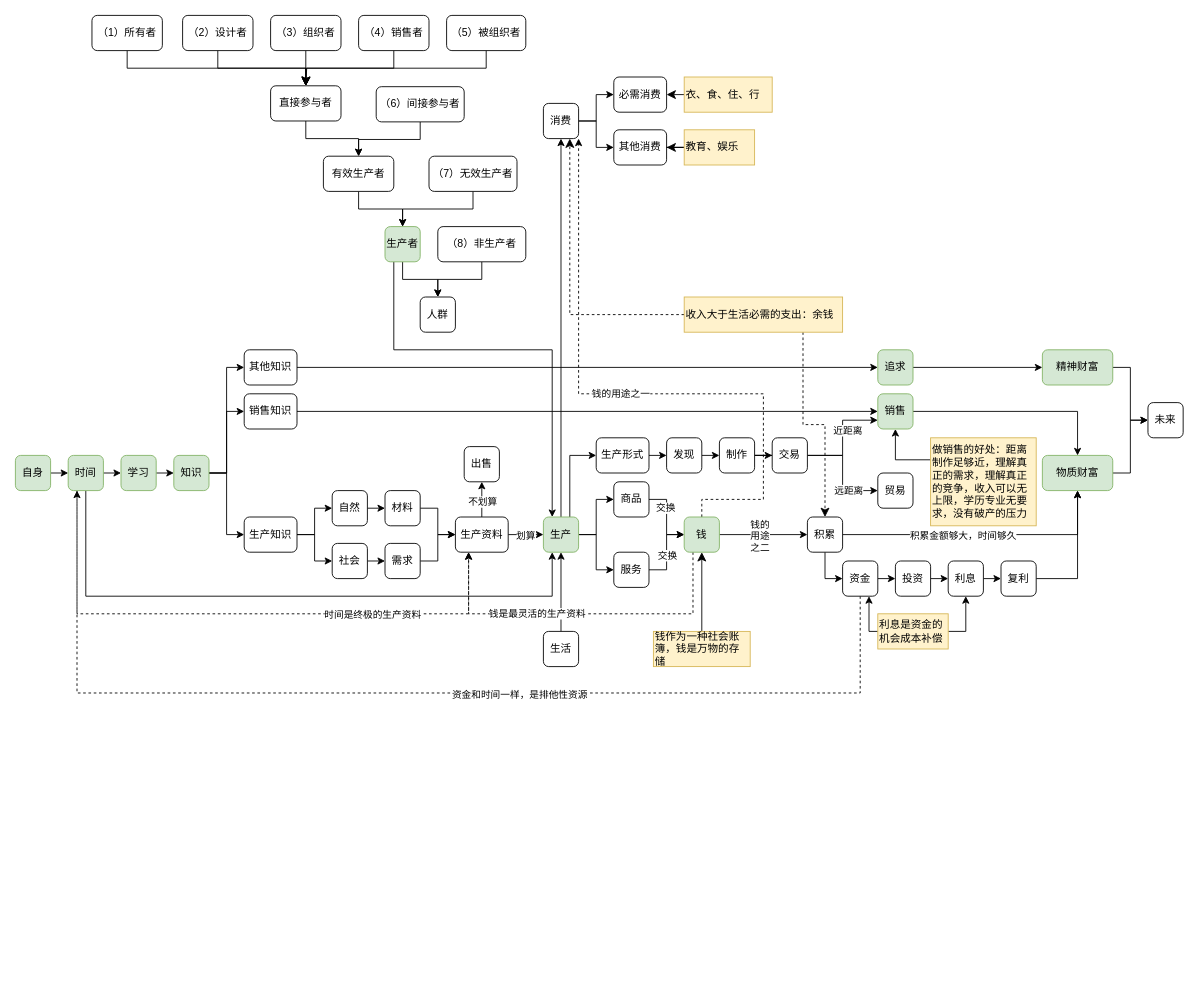
This is 财富的真相.drawio from yanhanfrontend/draw.io.workspace, a draw.io file, before an edit. Source tidied: cells renumbered, new cells numbered last; positions are measured from the earlier drawing's top-left corner, leaving out a move shared by most shapes. Both pictures are drawn from the tidied source at 88%, with x=0, y=0 at pixel (15, 15).
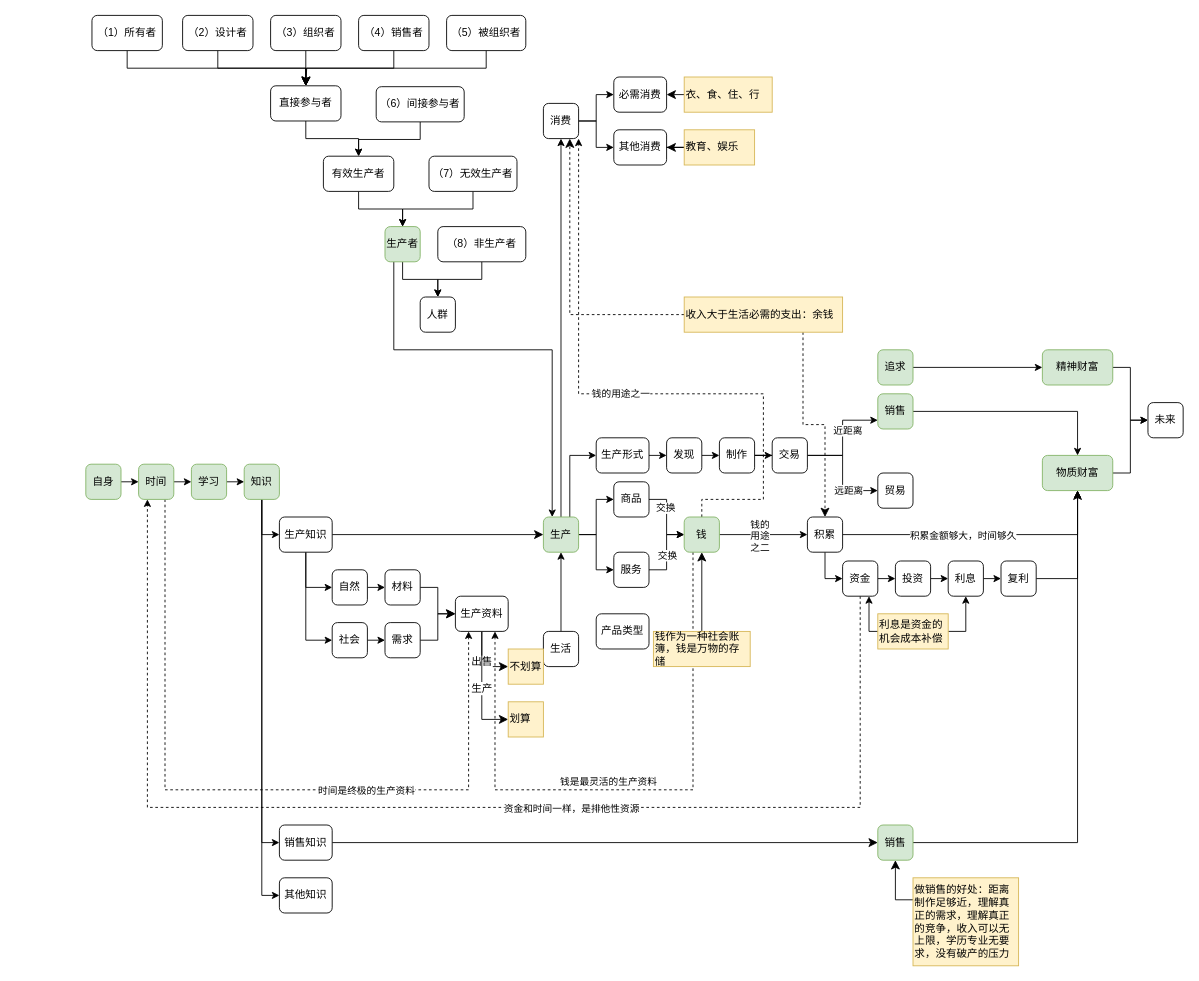
The same diagram, later.

Commit message (it also covers changes not shown here):
更新财富的真相.drawio

Unchanged cells that the change refers to:
```xml
<mxCell id="8" value="生产" style="rounded=1;whiteSpace=wrap;html=1;fillColor=#d5e8d4;strokeColor=#82b366;" parent="1" vertex="1">
  <mxGeometry x="600" y="570" width="40" height="40" as="geometry" />
</mxCell>
<mxCell id="28" value="钱" style="rounded=1;whiteSpace=wrap;html=1;fillColor=#d5e8d4;strokeColor=#82b366;" parent="1" vertex="1">
  <mxGeometry x="760" y="570" width="40" height="40" as="geometry" />
</mxCell>
<mxCell id="30" value="物质财富" style="rounded=1;whiteSpace=wrap;html=1;fillColor=#d5e8d4;strokeColor=#82b366;" parent="1" vertex="1">
  <mxGeometry x="1167" y="500" width="80" height="40" as="geometry" />
</mxCell>
<mxCell id="98" value="销售" style="rounded=1;whiteSpace=wrap;html=1;fillColor=#d5e8d4;strokeColor=#82b366;" parent="1" vertex="1">
  <mxGeometry x="980" y="430" width="40" height="40" as="geometry" />
</mxCell>
<mxCell id="110" value="追求" style="rounded=1;whiteSpace=wrap;html=1;fillColor=#d5e8d4;strokeColor=#82b366;" parent="1" vertex="1">
  <mxGeometry x="980" y="380" width="40" height="40" as="geometry" />
</mxCell>
<mxCell id="120" value="资金" style="rounded=1;whiteSpace=wrap;html=1;" parent="1" vertex="1">
  <mxGeometry x="940" y="620" width="40" height="40" as="geometry" />
</mxCell>
```

What changed in the source:
```diff
@@
-    <mxCell id="26" style="edgeStyle=orthogonalEdgeStyle;rounded=0;jettySize=auto;html=1;exitX=0.25;exitY=1;exitDx=0;exitDy=0;entryX=0.25;entryY=1;entryDx=0;entryDy=0;dashed=1;" parent="1" edge="1" source="28" target="40">
+    <mxCell id="26" style="edgeStyle=orthogonalEdgeStyle;rounded=0;jettySize=auto;html=1;exitX=0.25;exitY=1;exitDx=0;exitDy=0;entryX=0.75;entryY=1;entryDx=0;entryDy=0;dashed=1;" parent="1" edge="1" source="28" target="40">
       <mxGeometry relative="1" as="geometry">
         <Array as="points">
-          <mxPoint x="770" y="680" />
-          <mxPoint x="515" y="680" />
+          <mxPoint x="770" y="880" />
+          <mxPoint x="545" y="880" />
         </Array>
       </mxGeometry>
     </mxCell>
@@
-    <mxCell id="36" style="edgeStyle=orthogonalEdgeStyle;rounded=0;jettySize=auto;html=1;exitX=1;exitY=0.5;exitDx=0;exitDy=0;entryX=0;entryY=0.5;entryDx=0;entryDy=0;" parent="1" edge="1" source="40" target="8">
-      <mxGeometry relative="1" as="geometry" />
-    </mxCell>
-    <mxCell id="37" value="划算" style="edgeLabel;html=1;align=center;verticalAlign=middle;points=[];" parent="36" vertex="1">
-      <mxGeometry x="-0.07" y="-2" relative="1" as="geometry">
-        <mxPoint y="-2" as="offset" />
-      </mxGeometry>
-    </mxCell>
-    <mxCell id="38" style="edgeStyle=orthogonalEdgeStyle;rounded=0;jettySize=auto;html=1;exitX=0.5;exitY=0;exitDx=0;exitDy=0;entryX=0.5;entryY=1;entryDx=0;entryDy=0;" parent="1" edge="1" source="40" target="114">
-      <mxGeometry relative="1" as="geometry" />
-    </mxCell>
-    <mxCell id="39" value="不划算" style="edgeLabel;html=1;align=center;verticalAlign=middle;points=[];" parent="38" vertex="1">
-      <mxGeometry x="-0.12" relative="1" as="geometry" />
-    </mxCell>
+    <mxCell id="114" value="出售" style="edgeStyle=orthogonalEdgeStyle;shape=connector;rounded=0;jettySize=auto;html=1;exitX=0.5;exitY=1;exitDx=0;exitDy=0;entryX=0;entryY=0.5;entryDx=0;entryDy=0;strokeColor=default;align=center;verticalAlign=middle;fontFamily=Helvetica;fontSize=12;fontColor=default;labelBackgroundColor=default;startSize=8;endArrow=classic;endSize=8;" parent="1" edge="1" source="40" target="39">
+      <mxGeometry relative="1" as="geometry" />
+    </mxCell>
+    <mxCell id="134" value="生产" style="edgeStyle=orthogonalEdgeStyle;shape=connector;rounded=0;jettySize=auto;html=1;exitX=0.5;exitY=1;exitDx=0;exitDy=0;entryX=0;entryY=0.5;entryDx=0;entryDy=0;strokeColor=default;align=center;verticalAlign=middle;fontFamily=Helvetica;fontSize=12;fontColor=default;labelBackgroundColor=default;startSize=8;endArrow=classic;endSize=8;" parent="1" edge="1" source="40" target="37">
+      <mxGeometry relative="1" as="geometry" />
+    </mxCell>
     <mxCell id="40" value="生产资料" style="rounded=1;whiteSpace=wrap;html=1;" parent="1" vertex="1">
-      <mxGeometry x="500" y="570" width="60" height="40" as="geometry" />
+      <mxGeometry x="500" y="660" width="60" height="40" as="geometry" />
     </mxCell>
-    <mxCell id="41" style="edgeStyle=orthogonalEdgeStyle;rounded=0;jettySize=auto;html=1;exitX=1;exitY=0.5;exitDx=0;exitDy=0;entryX=0;entryY=0.5;entryDx=0;entryDy=0;" parent="1" edge="1" source="42" target="40">
+    <mxCell id="41" style="edgeStyle=orthogonalEdgeStyle;shape=connector;rounded=0;jettySize=auto;html=1;exitX=1;exitY=0.5;exitDx=0;exitDy=0;entryX=0;entryY=0.5;entryDx=0;entryDy=0;strokeColor=default;align=center;verticalAlign=middle;fontFamily=Helvetica;fontSize=12;fontColor=default;labelBackgroundColor=default;startSize=8;endArrow=classic;endSize=8;" parent="1" edge="1" source="42" target="40">
       <mxGeometry relative="1" as="geometry" />
     </mxCell>
     <mxCell id="42" value="材料" style="rounded=1;whiteSpace=wrap;html=1;" parent="1" vertex="1">
-      <mxGeometry x="420" y="540" width="40" height="40" as="geometry" />
+      <mxGeometry x="420" y="630" width="40" height="40" as="geometry" />
     </mxCell>
-    <mxCell id="43" style="edgeStyle=orthogonalEdgeStyle;rounded=0;jettySize=auto;html=1;exitX=1;exitY=0.5;exitDx=0;exitDy=0;entryX=0;entryY=0.5;entryDx=0;entryDy=0;" parent="1" edge="1" source="44" target="40">
+    <mxCell id="43" style="edgeStyle=orthogonalEdgeStyle;shape=connector;rounded=0;jettySize=auto;html=1;exitX=1;exitY=0.5;exitDx=0;exitDy=0;entryX=0;entryY=0.5;entryDx=0;entryDy=0;strokeColor=default;align=center;verticalAlign=middle;fontFamily=Helvetica;fontSize=12;fontColor=default;labelBackgroundColor=default;startSize=8;endArrow=classic;endSize=8;" parent="1" edge="1" source="44" target="40">
       <mxGeometry relative="1" as="geometry" />
     </mxCell>
     <mxCell id="44" value="需求" style="rounded=1;whiteSpace=wrap;html=1;" parent="1" vertex="1">
-      <mxGeometry x="420" y="600" width="40" height="40" as="geometry" />
+      <mxGeometry x="420" y="690" width="40" height="40" as="geometry" />
     </mxCell>
-    <mxCell id="45" style="edgeStyle=orthogonalEdgeStyle;rounded=0;jettySize=auto;html=1;exitX=0.5;exitY=1;exitDx=0;exitDy=0;entryX=0.25;entryY=1;entryDx=0;entryDy=0;" parent="1" edge="1" source="49" target="8">
-      <mxGeometry relative="1" as="geometry">
-        <Array as="points">
-          <mxPoint x="80" y="660" />
-          <mxPoint x="610" y="660" />
-        </Array>
-      </mxGeometry>
-    </mxCell>
@@
-    <mxCell id="47" style="edgeStyle=orthogonalEdgeStyle;rounded=0;jettySize=auto;html=1;exitX=0.25;exitY=1;exitDx=0;exitDy=0;entryX=0.25;entryY=1;entryDx=0;entryDy=0;dashed=1;" parent="1" edge="1" source="49" target="40">
+    <mxCell id="47" style="edgeStyle=orthogonalEdgeStyle;rounded=0;jettySize=auto;html=1;exitX=0.75;exitY=1;exitDx=0;exitDy=0;entryX=0.25;entryY=1;entryDx=0;entryDy=0;dashed=1;" parent="1" edge="1" source="49" target="40">
       <mxGeometry relative="1" as="geometry">
         <Array as="points">
-          <mxPoint x="70" y="680" />
-          <mxPoint x="515" y="680" />
+          <mxPoint x="170" y="880" />
+          <mxPoint x="515" y="880" />
         </Array>
       </mxGeometry>
     </mxCell>
@@
     <mxCell id="49" value="时间" style="rounded=1;whiteSpace=wrap;html=1;fillColor=#d5e8d4;strokeColor=#82b366;" parent="1" vertex="1">
-      <mxGeometry x="60" y="500" width="40" height="40" as="geometry" />
+      <mxGeometry x="140" y="510" width="40" height="40" as="geometry" />
     </mxCell>
@@
     <mxCell id="51" value="自然" style="rounded=1;whiteSpace=wrap;html=1;" parent="1" vertex="1">
-      <mxGeometry x="360" y="540" width="40" height="40" as="geometry" />
+      <mxGeometry x="360" y="630" width="40" height="40" as="geometry" />
     </mxCell>
@@
     <mxCell id="53" value="社会" style="rounded=1;whiteSpace=wrap;html=1;" parent="1" vertex="1">
-      <mxGeometry x="360" y="600" width="40" height="40" as="geometry" />
+      <mxGeometry x="360" y="690" width="40" height="40" as="geometry" />
     </mxCell>
@@
     <mxCell id="55" value="自身" style="rounded=1;whiteSpace=wrap;html=1;fillColor=#d5e8d4;strokeColor=#82b366;" parent="1" vertex="1">
-      <mxGeometry y="500" width="40" height="40" as="geometry" />
+      <mxGeometry x="80" y="510" width="40" height="40" as="geometry" />
     </mxCell>
-    <mxCell id="56" style="edgeStyle=orthogonalEdgeStyle;rounded=0;jettySize=auto;html=1;exitX=1;exitY=0.5;exitDx=0;exitDy=0;entryX=0;entryY=0.5;entryDx=0;entryDy=0;" parent="1" edge="1" source="59" target="104">
+    <mxCell id="56" style="edgeStyle=orthogonalEdgeStyle;rounded=0;jettySize=auto;html=1;exitX=0.5;exitY=1;exitDx=0;exitDy=0;entryX=0;entryY=0.5;entryDx=0;entryDy=0;" parent="1" edge="1" source="59" target="104">
       <mxGeometry relative="1" as="geometry" />
     </mxCell>
-    <mxCell id="57" style="edgeStyle=orthogonalEdgeStyle;rounded=0;jettySize=auto;html=1;exitX=1;exitY=0.5;exitDx=0;exitDy=0;entryX=0;entryY=0.5;entryDx=0;entryDy=0;" parent="1" edge="1" source="59" target="106">
+    <mxCell id="57" style="edgeStyle=orthogonalEdgeStyle;rounded=0;jettySize=auto;html=1;exitX=0.5;exitY=1;exitDx=0;exitDy=0;entryX=0;entryY=0.5;entryDx=0;entryDy=0;" parent="1" edge="1" source="59" target="106">
       <mxGeometry relative="1" as="geometry" />
     </mxCell>
-    <mxCell id="58" style="edgeStyle=orthogonalEdgeStyle;rounded=0;jettySize=auto;html=1;exitX=1;exitY=0.5;exitDx=0;exitDy=0;entryX=0;entryY=0.5;entryDx=0;entryDy=0;" parent="1" edge="1" source="59" target="112">
+    <mxCell id="58" style="edgeStyle=orthogonalEdgeStyle;rounded=0;jettySize=auto;html=1;exitX=0.5;exitY=1;exitDx=0;exitDy=0;entryX=0;entryY=0.5;entryDx=0;entryDy=0;" parent="1" edge="1" source="59" target="112">
       <mxGeometry relative="1" as="geometry" />
     </mxCell>
     <mxCell id="59" value="知识" style="rounded=1;whiteSpace=wrap;html=1;fillColor=#d5e8d4;strokeColor=#82b366;" parent="1" vertex="1">
-      <mxGeometry x="180" y="500" width="40" height="40" as="geometry" />
+      <mxGeometry x="260" y="510" width="40" height="40" as="geometry" />
     </mxCell>
     <mxCell id="60" style="edgeStyle=orthogonalEdgeStyle;rounded=0;jettySize=auto;html=1;exitX=1;exitY=0.5;exitDx=0;exitDy=0;" parent="1" edge="1" source="61">
       <mxGeometry relative="1" as="geometry">
-        <mxPoint x="180" y="520" as="targetPoint" />
+        <mxPoint x="260" y="530" as="targetPoint" />
       </mxGeometry>
     </mxCell>
     <mxCell id="61" value="学习" style="rounded=1;whiteSpace=wrap;html=1;fillColor=#d5e8d4;strokeColor=#82b366;" parent="1" vertex="1">
-      <mxGeometry x="120" y="500" width="40" height="40" as="geometry" />
+      <mxGeometry x="200" y="510" width="40" height="40" as="geometry" />
     </mxCell>
@@
-    <mxCell id="100" style="edgeStyle=orthogonalEdgeStyle;rounded=0;jettySize=auto;html=1;exitX=0;exitY=0.25;exitDx=0;exitDy=0;entryX=0.5;entryY=1;entryDx=0;entryDy=0;" parent="1" edge="1" source="101" target="98">
-      <mxGeometry relative="1" as="geometry" />
-    </mxCell>
+    <mxCell id="135" style="edgeStyle=orthogonalEdgeStyle;shape=connector;rounded=0;jettySize=auto;html=1;exitX=0;exitY=0.25;exitDx=0;exitDy=0;strokeColor=default;align=center;verticalAlign=middle;fontFamily=Helvetica;fontSize=12;fontColor=default;labelBackgroundColor=default;startSize=8;endArrow=classic;endSize=8;" parent="1" edge="1" source="101" target="139">
+      <mxGeometry relative="1" as="geometry" />
+    </mxCell>
     <mxCell id="101" value="做销售的好处：距离制作足够近，理解真正的需求，理解真正的竞争，收入可以无上限，学历专业无要求，没有破产的压力" style="text;html=1;align=left;verticalAlign=middle;whiteSpace=wrap;rounded=0;fillColor=#fff2cc;strokeColor=#d6b656;" parent="1" vertex="1">
-      <mxGeometry x="1040" y="480" width="120" height="100" as="geometry" />
+      <mxGeometry x="1020" y="980" width="120" height="100" as="geometry" />
     </mxCell>
-    <mxCell id="102" style="edgeStyle=orthogonalEdgeStyle;rounded=0;jettySize=auto;html=1;exitX=1;exitY=0.5;exitDx=0;exitDy=0;entryX=0;entryY=0.5;entryDx=0;entryDy=0;" parent="1" edge="1" source="104" target="51">
+    <mxCell id="102" style="edgeStyle=orthogonalEdgeStyle;rounded=0;jettySize=auto;html=1;exitX=0.5;exitY=1;exitDx=0;exitDy=0;entryX=0;entryY=0.5;entryDx=0;entryDy=0;" parent="1" edge="1" source="104" target="51">
       <mxGeometry relative="1" as="geometry" />
     </mxCell>
-    <mxCell id="103" style="edgeStyle=orthogonalEdgeStyle;rounded=0;jettySize=auto;html=1;exitX=1;exitY=0.5;exitDx=0;exitDy=0;entryX=0;entryY=0.5;entryDx=0;entryDy=0;" parent="1" edge="1" source="104" target="53">
+    <mxCell id="103" style="edgeStyle=orthogonalEdgeStyle;rounded=0;jettySize=auto;html=1;exitX=0.5;exitY=1;exitDx=0;exitDy=0;entryX=0;entryY=0.5;entryDx=0;entryDy=0;" parent="1" edge="1" source="104" target="53">
       <mxGeometry relative="1" as="geometry" />
     </mxCell>
+    <mxCell id="136" style="edgeStyle=orthogonalEdgeStyle;shape=connector;rounded=0;jettySize=auto;html=1;exitX=1;exitY=0.5;exitDx=0;exitDy=0;strokeColor=default;align=center;verticalAlign=middle;fontFamily=Helvetica;fontSize=12;fontColor=default;labelBackgroundColor=default;startSize=8;endArrow=classic;endSize=8;" parent="1" edge="1" source="104" target="8">
+      <mxGeometry relative="1" as="geometry" />
+    </mxCell>
     <mxCell id="104" value="生产知识" style="rounded=1;whiteSpace=wrap;html=1;" parent="1" vertex="1">
-      <mxGeometry x="260" y="570" width="60" height="40" as="geometry" />
+      <mxGeometry x="300" y="570" width="60" height="40" as="geometry" />
     </mxCell>
-    <mxCell id="105" style="edgeStyle=orthogonalEdgeStyle;rounded=0;jettySize=auto;html=1;exitX=1;exitY=0.5;exitDx=0;exitDy=0;entryX=0;entryY=0.5;entryDx=0;entryDy=0;" parent="1" edge="1" source="106" target="110">
-      <mxGeometry relative="1" as="geometry" />
-    </mxCell>
     <mxCell id="106" value="其他知识" style="rounded=1;whiteSpace=wrap;html=1;" parent="1" vertex="1">
-      <mxGeometry x="260" y="380" width="60" height="40" as="geometry" />
+      <mxGeometry x="300" y="980" width="60" height="40" as="geometry" />
     </mxCell>
@@
-    <mxCell id="111" style="edgeStyle=orthogonalEdgeStyle;rounded=0;jettySize=auto;html=1;exitX=1;exitY=0.5;exitDx=0;exitDy=0;entryX=0;entryY=0.5;entryDx=0;entryDy=0;" parent="1" edge="1" source="112" target="98">
-      <mxGeometry relative="1" as="geometry" />
-    </mxCell>
+    <mxCell id="137" style="edgeStyle=orthogonalEdgeStyle;shape=connector;rounded=0;jettySize=auto;html=1;exitX=1;exitY=0.5;exitDx=0;exitDy=0;strokeColor=default;align=center;verticalAlign=middle;fontFamily=Helvetica;fontSize=12;fontColor=default;labelBackgroundColor=default;startSize=8;endArrow=classic;endSize=8;" parent="1" edge="1" source="112" target="139">
+      <mxGeometry relative="1" as="geometry" />
+    </mxCell>
     <mxCell id="112" value="销售知识" style="rounded=1;whiteSpace=wrap;html=1;" parent="1" vertex="1">
-      <mxGeometry x="260" y="430" width="60" height="40" as="geometry" />
+      <mxGeometry x="300" y="920" width="60" height="40" as="geometry" />
     </mxCell>
@@
-    <mxCell id="114" value="出售" style="rounded=1;whiteSpace=wrap;html=1;" parent="1" vertex="1">
-      <mxGeometry x="510" y="490" width="40" height="40" as="geometry" />
-    </mxCell>
@@
     <mxCell id="117" style="edgeStyle=orthogonalEdgeStyle;rounded=0;jettySize=auto;html=1;exitX=0.5;exitY=1;exitDx=0;exitDy=0;entryX=0.25;entryY=1;entryDx=0;entryDy=0;dashed=1;" parent="1" edge="1" source="120" target="49">
       <mxGeometry relative="1" as="geometry">
         <Array as="points">
-          <mxPoint x="960" y="770" />
-          <mxPoint x="70" y="770" />
+          <mxPoint x="960" y="900" />
+          <mxPoint x="150" y="900" />
         </Array>
       </mxGeometry>
     </mxCell>
     <mxCell id="118" value="资金和时间一样，是排他性资源" style="edgeLabel;html=1;align=center;verticalAlign=middle;" parent="117" vertex="1">
-      <mxGeometry x="-0.19" y="1" relative="1" as="geometry" />
+      <mxGeometry x="-0.19" y="1" relative="1" as="geometry">
+        <mxPoint x="-2" as="offset" />
+      </mxGeometry>
     </mxCell>
@@
+    <mxCell id="39" value="不划算" style="text;html=1;align=left;verticalAlign=middle;whiteSpace=wrap;rounded=0;fillColor=#fff2cc;strokeColor=#d6b656;" parent="1" vertex="1">
+      <mxGeometry x="560" y="720" width="40" height="40" as="geometry" />
+    </mxCell>
+    <mxCell id="37" value="划算" style="text;html=1;align=left;verticalAlign=middle;whiteSpace=wrap;rounded=0;fillColor=#fff2cc;strokeColor=#d6b656;" parent="1" vertex="1">
+      <mxGeometry x="560" y="780" width="40" height="40" as="geometry" />
+    </mxCell>
+    <mxCell id="138" style="edgeStyle=orthogonalEdgeStyle;shape=connector;rounded=0;jettySize=auto;html=1;exitX=1;exitY=0.5;exitDx=0;exitDy=0;strokeColor=default;align=center;verticalAlign=middle;fontFamily=Helvetica;fontSize=12;fontColor=default;labelBackgroundColor=default;startSize=8;endArrow=classic;endSize=8;" parent="1" edge="1" source="139" target="30">
+      <mxGeometry relative="1" as="geometry" />
+    </mxCell>
+    <mxCell id="139" value="销售" style="rounded=1;whiteSpace=wrap;html=1;fillColor=#d5e8d4;strokeColor=#82b366;" parent="1" vertex="1">
+      <mxGeometry x="980" y="920" width="40" height="40" as="geometry" />
+    </mxCell>
+    <mxCell id="140" value="产品类型" style="rounded=1;whiteSpace=wrap;html=1;" parent="1" vertex="1">
+      <mxGeometry x="660" y="680" width="60" height="40" as="geometry" />
+    </mxCell>
```
